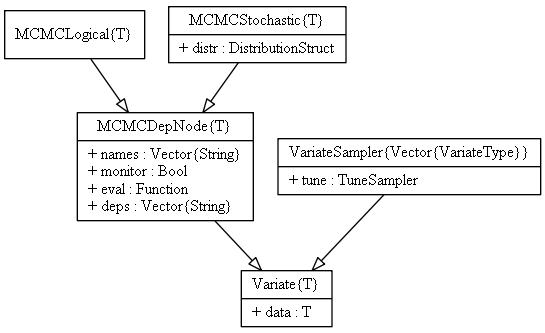
This is doc/images/variateUML.png from brian-j-smith/Mamba.jl, a Graphviz export, as it was before one commit. Its source is kept beside it as doc/images/variateUML.dot. Source of this version:
```dot
digraph Variate {
	fontsize = 12

	node [
		fontsize = 12
		shape = "record"
	]

	edge [
		fontsize = 12
		arrowhead = "empty"
	]

	Variate [
		label = "{Variate\{T\}|+ data : T\l}"
	]

	MCMCDepNode [
		label = "{MCMCDepNode\{T\}|+ names : Vector\{String\}\l+ monitor : Bool\l+ eval : Function\l+ deps : Vector\{String\}\l}"
	]

	MCMCLogical [
		label = "{MCMCLogical\{T\}}"
	]

	MCMCStochastic [
		label = "{MCMCStochastic\{T\}|+ distr : DistributionStruct\l}"
	]

	VariateSampler [
		label = "{VariateSampler\{Vector\{VariateType\}\}|+ tune : TuneSampler\l}"
	]

	MCMCDepNode -> Variate
	MCMCLogical -> MCMCDepNode
	MCMCStochastic -> MCMCDepNode
	VariateSampler -> Variate

}
```
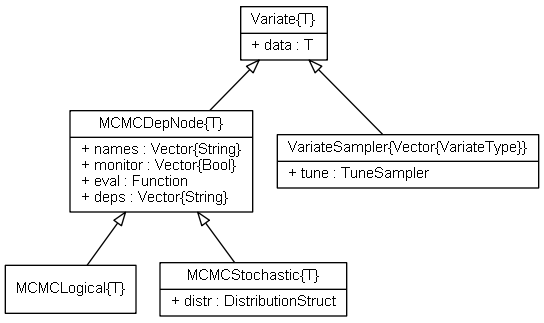
After the change.

What changed in the source:
```diff
@@ -1,39 +1,24 @@
 digraph Variate {
-	fontsize = 12
+	fontname = "Helvetica"
+	fontsize = 11
 
-	node [
-		fontsize = 12
-		shape = "record"
-	]
+	node [fontname = "Helvetica", fontsize = 11, shape = record]
 
-	edge [
-		fontsize = 12
-		arrowhead = "empty"
-	]
+	edge [fontname = "Helvetica", fontsize = 11, dir = back, arrowtail = empty]
 
-	Variate [
-		label = "{Variate\{T\}|+ data : T\l}"
-	]
+	Variate [label = "{Variate\{T\}|+ data : T\l}"]
 
-	MCMCDepNode [
-		label = "{MCMCDepNode\{T\}|+ names : Vector\{String\}\l+ monitor : Bool\l+ eval : Function\l+ deps : Vector\{String\}\l}"
-	]
+	MCMCDepNode [label = "{MCMCDepNode\{T\}|+ names : Vector\{String\}\l+ monitor : Vector\{Bool\}\l+ eval : Function\l+ deps : Vector\{String\}\l}"]
 
-	MCMCLogical [
-		label = "{MCMCLogical\{T\}}"
-	]
+	MCMCLogical [label = "{MCMCLogical\{T\}}"]
 
-	MCMCStochastic [
-		label = "{MCMCStochastic\{T\}|+ distr : DistributionStruct\l}"
-	]
+	MCMCStochastic [label = "{MCMCStochastic\{T\}|+ distr : DistributionStruct\l}"]
 
-	VariateSampler [
-		label = "{VariateSampler\{Vector\{VariateType\}\}|+ tune : TuneSampler\l}"
-	]
+	VariateSampler [label = "{VariateSampler\{Vector\{VariateType\}\}|+ tune : TuneSampler\l}"]
 
-	MCMCDepNode -> Variate
-	MCMCLogical -> MCMCDepNode
-	MCMCStochastic -> MCMCDepNode
-	VariateSampler -> Variate
+	Variate -> MCMCDepNode
+	MCMCDepNode -> MCMCLogical
+	MCMCDepNode -> MCMCStochastic
+	Variate -> VariateSampler
 
 }
```
